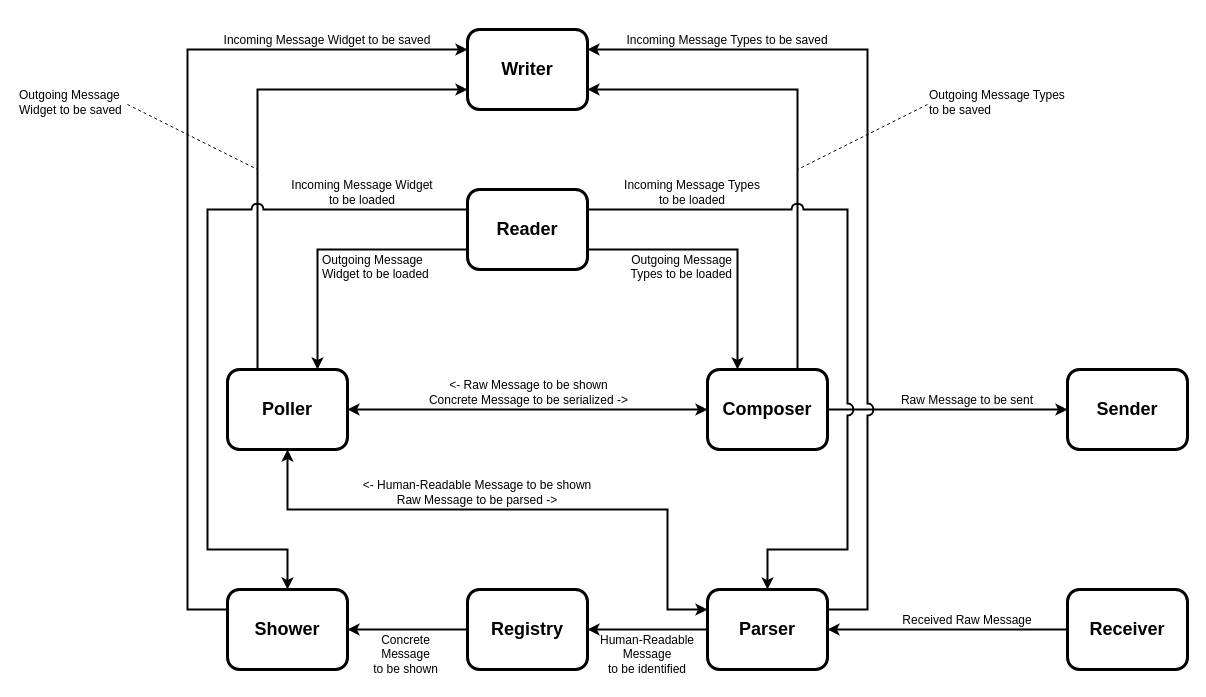
Above: system_design/High Level Diagram.drawio in davarabinovich/can_ciffer (draw.io), before the change. Source tidied: cells renumbered, new cells numbered last; positions are measured from the earlier drawing's top-left corner, leaving out a move shared by most shapes. Both pictures are drawn from the tidied source at 100%, with x=0, y=0 at pixel (17, 29).
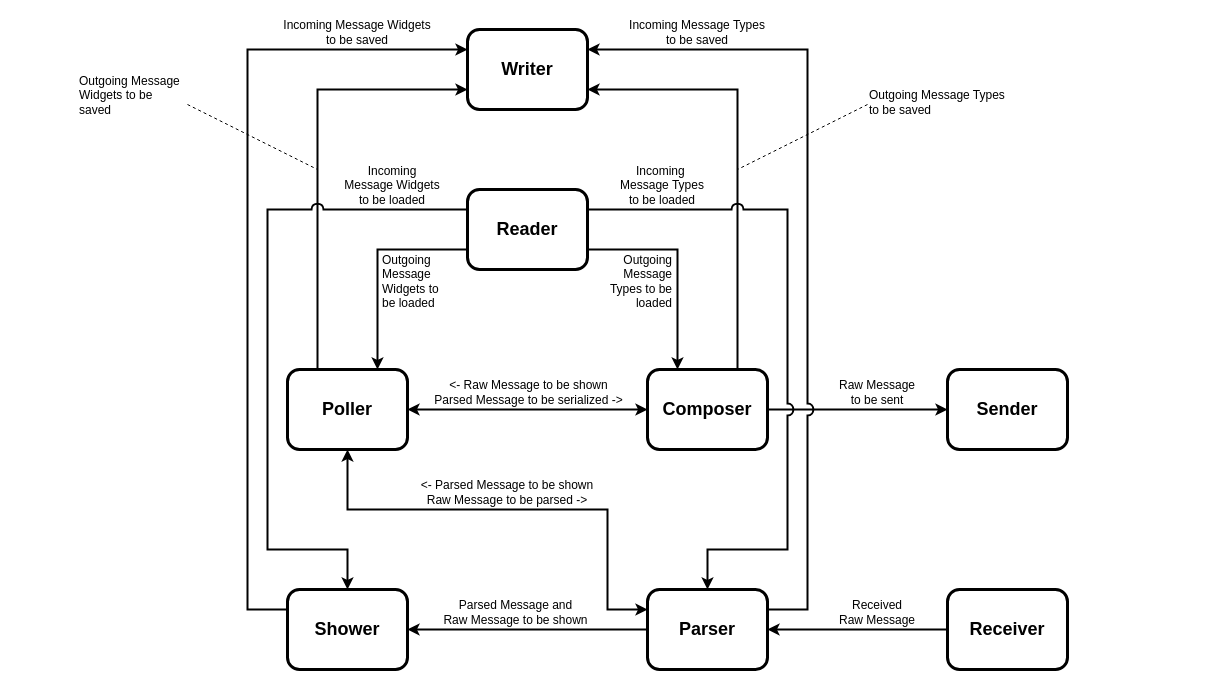
The same page after the edit.

Commit message (it also covers changes not shown here):
Simlified back data scheme and HL diagram - registry and concrete message are deleted.

Unchanged cells that the change refers to:
```xml
<mxCell id="17" value="Writer" style="rounded=1;whiteSpace=wrap;html=1;strokeWidth=3;fontSize=18;fontStyle=1;" parent="1" vertex="1">
  <mxGeometry x="450" width="120" height="80" as="geometry" />
</mxCell>
<mxCell id="22" value="Reader" style="rounded=1;whiteSpace=wrap;html=1;strokeWidth=3;fontSize=18;fontStyle=1;" parent="1" vertex="1">
  <mxGeometry x="450" y="160" width="120" height="80" as="geometry" />
</mxCell>
```

The edit, as a diff of the source:
```diff
@@
     <mxCell id="2" value="Sender" style="rounded=1;whiteSpace=wrap;html=1;strokeWidth=3;fontSize=18;fontStyle=1;" parent="1" vertex="1">
-      <mxGeometry x="1050" y="340" width="120" height="80" as="geometry" />
+      <mxGeometry x="930" y="340" width="120" height="80" as="geometry" />
     </mxCell>
@@
     <mxCell id="4" value="Receiver" style="rounded=1;whiteSpace=wrap;html=1;strokeWidth=3;fontSize=18;fontStyle=1;" parent="1" vertex="1">
-      <mxGeometry x="1050" y="560" width="120" height="80" as="geometry" />
+      <mxGeometry x="930" y="560" width="120" height="80" as="geometry" />
     </mxCell>
@@
     <mxCell id="8" value="Composer" style="rounded=1;whiteSpace=wrap;html=1;strokeWidth=3;fontSize=18;fontStyle=1;" parent="1" vertex="1">
-      <mxGeometry x="690" y="340" width="120" height="80" as="geometry" />
+      <mxGeometry x="630" y="340" width="120" height="80" as="geometry" />
     </mxCell>
-    <mxCell id="9" style="edgeStyle=orthogonalEdgeStyle;rounded=0;jettySize=auto;html=1;strokeWidth=2;jumpStyle=arc;jumpSize=10;exitX=0;exitY=0.5;exitDx=0;exitDy=0;" parent="1" edge="1" source="12" target="37">
-      <mxGeometry relative="1" as="geometry">
-        <Array as="points">
-          <mxPoint x="670" y="600" />
-          <mxPoint x="670" y="600" />
-        </Array>
-      </mxGeometry>
+    <mxCell id="9" style="edgeStyle=orthogonalEdgeStyle;rounded=0;jettySize=auto;html=1;strokeWidth=2;jumpStyle=arc;jumpSize=10;exitX=0;exitY=0.5;exitDx=0;exitDy=0;entryX=1;entryY=0.5;entryDx=0;entryDy=0;" parent="1" edge="1" source="12" target="16">
+      <mxGeometry relative="1" as="geometry" />
     </mxCell>
     <mxCell id="10" style="edgeStyle=orthogonalEdgeStyle;rounded=0;jettySize=auto;html=1;exitX=1;exitY=0.25;exitDx=0;exitDy=0;entryX=1;entryY=0.25;entryDx=0;entryDy=0;strokeWidth=2;jumpStyle=arc;jumpSize=10;" parent="1" edge="1" source="12" target="17">
       <mxGeometry relative="1" as="geometry">
         <Array as="points">
-          <mxPoint x="850" y="580" />
-          <mxPoint x="850" y="20" />
+          <mxPoint x="790" y="580" />
+          <mxPoint x="790" y="20" />
         </Array>
       </mxGeometry>
     </mxCell>
     <mxCell id="11" style="edgeStyle=orthogonalEdgeStyle;rounded=0;jettySize=auto;html=1;exitX=0;exitY=0.25;exitDx=0;exitDy=0;entryX=0.5;entryY=1;entryDx=0;entryDy=0;strokeWidth=2;startArrow=classic;startFill=1;" parent="1" edge="1" source="12" target="14">
       <mxGeometry relative="1" as="geometry">
         <Array as="points">
-          <mxPoint x="650" y="580" />
-          <mxPoint x="650" y="480" />
-          <mxPoint x="270" y="480" />
+          <mxPoint x="590" y="580" />
+          <mxPoint x="590" y="480" />
+          <mxPoint x="330" y="480" />
         </Array>
       </mxGeometry>
     </mxCell>
     <mxCell id="12" value="Parser" style="rounded=1;whiteSpace=wrap;html=1;strokeWidth=3;fontSize=18;fontStyle=1;" parent="1" vertex="1">
-      <mxGeometry x="690" y="560" width="120" height="80" as="geometry" />
+      <mxGeometry x="630" y="560" width="120" height="80" as="geometry" />
     </mxCell>
@@
     <mxCell id="14" value="Poller" style="rounded=1;whiteSpace=wrap;html=1;strokeWidth=3;fontSize=18;fontStyle=1;" parent="1" vertex="1">
-      <mxGeometry x="210" y="340" width="120" height="80" as="geometry" />
+      <mxGeometry x="270" y="340" width="120" height="80" as="geometry" />
     </mxCell>
     <mxCell id="15" style="edgeStyle=orthogonalEdgeStyle;rounded=0;jettySize=auto;html=1;exitX=0;exitY=0.25;exitDx=0;exitDy=0;entryX=0;entryY=0.25;entryDx=0;entryDy=0;strokeWidth=2;jumpStyle=arc;jumpSize=10;" parent="1" edge="1" source="16" target="17">
       <mxGeometry relative="1" as="geometry">
         <Array as="points">
-          <mxPoint x="170" y="580" />
-          <mxPoint x="170" y="20" />
+          <mxPoint x="230" y="580" />
+          <mxPoint x="230" y="20" />
         </Array>
       </mxGeometry>
     </mxCell>
     <mxCell id="16" value="Shower" style="rounded=1;whiteSpace=wrap;html=1;strokeWidth=3;fontSize=18;fontStyle=1;" parent="1" vertex="1">
-      <mxGeometry x="210" y="560" width="120" height="80" as="geometry" />
+      <mxGeometry x="270" y="560" width="120" height="80" as="geometry" />
     </mxCell>
@@
     <mxCell id="18" style="edgeStyle=orthogonalEdgeStyle;rounded=0;jettySize=auto;html=1;exitX=1;exitY=0.25;exitDx=0;exitDy=0;entryX=0.5;entryY=0;entryDx=0;entryDy=0;strokeWidth=2;jumpStyle=arc;jumpSize=10;" parent="1" edge="1" source="22" target="12">
       <mxGeometry relative="1" as="geometry">
         <Array as="points">
-          <mxPoint x="830" y="180" />
-          <mxPoint x="830" y="520" />
-          <mxPoint x="750" y="520" />
+          <mxPoint x="770" y="180" />
+          <mxPoint x="770" y="520" />
+          <mxPoint x="690" y="520" />
         </Array>
       </mxGeometry>
     </mxCell>
@@
     <mxCell id="20" style="edgeStyle=orthogonalEdgeStyle;rounded=0;jettySize=auto;html=1;exitX=0;exitY=0.25;exitDx=0;exitDy=0;entryX=0.5;entryY=0;entryDx=0;entryDy=0;strokeWidth=2;jumpStyle=arc;jumpSize=10;" parent="1" edge="1" source="22" target="16">
       <mxGeometry relative="1" as="geometry">
         <Array as="points">
-          <mxPoint x="190" y="180" />
-          <mxPoint x="190" y="520" />
-          <mxPoint x="270" y="520" />
+          <mxPoint x="250" y="180" />
+          <mxPoint x="250" y="520" />
+          <mxPoint x="330" y="520" />
         </Array>
       </mxGeometry>
     </mxCell>
@@
-    <mxCell id="23" value="Raw Message to be sent" style="text;html=1;align=center;verticalAlign=bottom;whiteSpace=wrap;rounded=0;" parent="1" vertex="1">
-      <mxGeometry x="870" y="360" width="160" height="20" as="geometry" />
+    <mxCell id="23" value="Raw Message&lt;div&gt;to be sent&lt;/div&gt;" style="text;html=1;align=center;verticalAlign=bottom;whiteSpace=wrap;rounded=0;" parent="1" vertex="1">
+      <mxGeometry x="810" y="350" width="100" height="30" as="geometry" />
     </mxCell>
-    <mxCell id="24" value="Received Raw Message" style="text;html=1;align=center;verticalAlign=bottom;whiteSpace=wrap;rounded=0;" parent="1" vertex="1">
-      <mxGeometry x="870" y="580" width="160" height="20" as="geometry" />
+    <mxCell id="24" value="Received&lt;div&gt;Raw Message&lt;/div&gt;" style="text;html=1;align=center;verticalAlign=bottom;whiteSpace=wrap;rounded=0;" parent="1" vertex="1">
+      <mxGeometry x="810" y="570" width="100" height="30" as="geometry" />
     </mxCell>
-    <mxCell id="25" value="Human-Readable Message&lt;br&gt;&lt;div&gt;to be identified&lt;/div&gt;" style="text;html=1;align=center;verticalAlign=top;whiteSpace=wrap;rounded=0;spacingLeft=0;spacingTop=-3;" parent="1" vertex="1">
-      <mxGeometry x="580" y="600" width="100" height="50" as="geometry" />
-    </mxCell>
-    <mxCell id="26" value="Incoming Message Types to be saved" style="text;html=1;align=center;verticalAlign=bottom;whiteSpace=wrap;rounded=0;" parent="1" vertex="1">
-      <mxGeometry x="590" width="240" height="20" as="geometry" />
+    <mxCell id="26" value="Incoming Message Types&lt;div&gt;to be saved&lt;/div&gt;" style="text;html=1;align=center;verticalAlign=bottom;whiteSpace=wrap;rounded=0;" parent="1" vertex="1">
+      <mxGeometry x="590" width="180" height="20" as="geometry" />
     </mxCell>
-    <mxCell id="27" value="Incoming Message Widget to be saved" style="text;html=1;align=center;verticalAlign=bottom;whiteSpace=wrap;rounded=0;" parent="1" vertex="1">
-      <mxGeometry x="190" width="240" height="20" as="geometry" />
+    <mxCell id="27" value="Incoming Message Widgets&lt;div&gt;to be saved&lt;/div&gt;" style="text;html=1;align=center;verticalAlign=bottom;whiteSpace=wrap;rounded=0;" parent="1" vertex="1">
+      <mxGeometry x="250" y="-10" width="180" height="30" as="geometry" />
     </mxCell>
     <mxCell id="28" style="rounded=0;jettySize=auto;html=1;exitX=0;exitY=0.5;exitDx=0;exitDy=0;endArrow=none;endFill=0;dashed=1;" parent="1" edge="1" source="29">
       <mxGeometry relative="1" as="geometry">
-        <mxPoint x="780" y="140" as="targetPoint" />
+        <mxPoint x="720" y="140" as="targetPoint" />
       </mxGeometry>
     </mxCell>
     <mxCell id="29" value="Outgoing Message Types to be saved" style="text;html=1;align=left;verticalAlign=bottom;whiteSpace=wrap;rounded=0;" parent="1" vertex="1">
-      <mxGeometry x="910" y="60" width="140" height="30" as="geometry" />
+      <mxGeometry x="850" y="60" width="140" height="30" as="geometry" />
     </mxCell>
     <mxCell id="30" style="rounded=0;jettySize=auto;html=1;exitX=1;exitY=0.5;exitDx=0;exitDy=0;dashed=1;endArrow=none;endFill=0;" parent="1" edge="1" source="31">
       <mxGeometry relative="1" as="geometry">
-        <mxPoint x="240" y="140" as="targetPoint" />
+        <mxPoint x="300" y="140" as="targetPoint" />
       </mxGeometry>
     </mxCell>
-    <mxCell id="31" value="Outgoing Message Widget to be saved" style="text;html=1;align=left;verticalAlign=bottom;whiteSpace=wrap;rounded=0;" parent="1" vertex="1">
-      <mxGeometry y="60" width="110" height="30" as="geometry" />
+    <mxCell id="31" value="Outgoing Message Widgets to be saved" style="text;html=1;align=left;verticalAlign=bottom;whiteSpace=wrap;rounded=0;" parent="1" vertex="1">
+      <mxGeometry x="60" y="60" width="110" height="30" as="geometry" />
     </mxCell>
-    <mxCell id="32" value="Incoming Message Types&lt;div&gt;to be loaded&lt;/div&gt;" style="text;html=1;align=center;verticalAlign=bottom;whiteSpace=wrap;rounded=0;" parent="1" vertex="1">
-      <mxGeometry x="590" y="150" width="170" height="30" as="geometry" />
+    <mxCell id="32" value="Incoming&amp;nbsp;&lt;div&gt;Message Types&lt;div&gt;to be loaded&lt;/div&gt;&lt;/div&gt;" style="text;html=1;align=center;verticalAlign=bottom;whiteSpace=wrap;rounded=0;" parent="1" vertex="1">
+      <mxGeometry x="590" y="130" width="110" height="50" as="geometry" />
     </mxCell>
-    <mxCell id="33" value="Incoming Message Widget&lt;div&gt;to be loaded&lt;/div&gt;" style="text;html=1;align=center;verticalAlign=bottom;whiteSpace=wrap;rounded=0;" parent="1" vertex="1">
-      <mxGeometry x="260" y="150" width="170" height="30" as="geometry" />
+    <mxCell id="33" value="Incoming&lt;div&gt;Message Widgets&lt;div&gt;to be loaded&lt;/div&gt;&lt;/div&gt;" style="text;html=1;align=center;verticalAlign=bottom;whiteSpace=wrap;rounded=0;" parent="1" vertex="1">
+      <mxGeometry x="320" y="130" width="110" height="50" as="geometry" />
     </mxCell>
     <mxCell id="34" value="Outgoing Message Types to be loaded" style="text;html=1;align=right;verticalAlign=top;whiteSpace=wrap;rounded=0;spacingRight=3;spacingTop=-3;" parent="1" vertex="1">
-      <mxGeometry x="590" y="220" width="130" height="30" as="geometry" />
+      <mxGeometry x="590" y="220" width="70" height="60" as="geometry" />
     </mxCell>
-    <mxCell id="35" value="Outgoing Message Widget to be loaded" style="text;html=1;align=left;verticalAlign=top;whiteSpace=wrap;rounded=0;spacingLeft=3;spacingTop=-3;" parent="1" vertex="1">
-      <mxGeometry x="300" y="220" width="130" height="30" as="geometry" />
+    <mxCell id="35" value="Outgoing Message Widgets to be loaded" style="text;html=1;align=left;verticalAlign=top;whiteSpace=wrap;rounded=0;spacingLeft=3;spacingTop=-3;" parent="1" vertex="1">
+      <mxGeometry x="360" y="220" width="70" height="60" as="geometry" />
     </mxCell>
-    <mxCell id="36" style="edgeStyle=orthogonalEdgeStyle;rounded=0;jettySize=auto;html=1;entryX=1;entryY=0.5;entryDx=0;entryDy=0;strokeWidth=2;" parent="1" edge="1" source="37" target="16">
-      <mxGeometry relative="1" as="geometry">
-        <Array as="points">
-          <mxPoint x="460" y="600" />
-          <mxPoint x="460" y="600" />
-        </Array>
-      </mxGeometry>
-    </mxCell>
-    <mxCell id="37" value="Registry" style="rounded=1;whiteSpace=wrap;html=1;strokeWidth=3;fontSize=18;fontStyle=1;" parent="1" vertex="1">
-      <mxGeometry x="450" y="560" width="120" height="80" as="geometry" />
-    </mxCell>
-    <mxCell id="38" value="Concrete Message&lt;br&gt;&lt;div&gt;to be shown&lt;br&gt;&lt;/div&gt;" style="text;html=1;align=center;verticalAlign=top;whiteSpace=wrap;rounded=0;spacingLeft=0;spacingRight=3;spacingTop=-3;" parent="1" vertex="1">
-      <mxGeometry x="350" y="600" width="80" height="50" as="geometry" />
+    <mxCell id="38" value="Parsed Message and&lt;div&gt;Raw Message&amp;nbsp;&lt;span style=&quot;background-color: initial;&quot;&gt;to be shown&lt;/span&gt;&lt;/div&gt;" style="text;html=1;align=center;verticalAlign=bottom;whiteSpace=wrap;rounded=0;spacingLeft=0;spacingRight=3;spacingTop=0;" parent="1" vertex="1">
+      <mxGeometry x="410" y="570" width="180" height="30" as="geometry" />
     </mxCell>
-    <mxCell id="39" value="&amp;lt;- Raw Message&amp;nbsp;&lt;span style=&quot;background-color: initial;&quot;&gt;to be shown&lt;/span&gt;&lt;div&gt;Concrete Message to be serialized -&amp;gt;&lt;/div&gt;" style="text;html=1;align=center;verticalAlign=bottom;whiteSpace=wrap;rounded=0;spacingLeft=3;" parent="1" vertex="1">
-      <mxGeometry x="350" y="350" width="320" height="30" as="geometry" />
+    <mxCell id="39" value="&amp;lt;- Raw Message&amp;nbsp;&lt;span style=&quot;background-color: initial;&quot;&gt;to be shown&lt;/span&gt;&lt;div&gt;Parsed Message to be serialized -&amp;gt;&lt;/div&gt;" style="text;html=1;align=center;verticalAlign=bottom;whiteSpace=wrap;rounded=0;spacingLeft=3;" parent="1" vertex="1">
+      <mxGeometry x="410" y="350" width="200" height="30" as="geometry" />
     </mxCell>
-    <mxCell id="40" value="&amp;lt;- Human-Readable Message&amp;nbsp;&lt;span style=&quot;background-color: initial;&quot;&gt;to be shown&lt;/span&gt;&lt;div&gt;&lt;span style=&quot;background-color: initial;&quot;&gt;Raw Message to be parsed -&amp;gt;&lt;/span&gt;&lt;/div&gt;" style="text;html=1;align=center;verticalAlign=bottom;whiteSpace=wrap;rounded=0;spacingLeft=0;" parent="1" vertex="1">
-      <mxGeometry x="290" y="450" width="340" height="30" as="geometry" />
+    <mxCell id="40" value="&amp;lt;- Parsed Message&amp;nbsp;&lt;span style=&quot;background-color: initial;&quot;&gt;to be shown&lt;/span&gt;&lt;div&gt;&lt;span style=&quot;background-color: initial;&quot;&gt;Raw Message to be parsed -&amp;gt;&lt;/span&gt;&lt;/div&gt;" style="text;html=1;align=center;verticalAlign=bottom;whiteSpace=wrap;rounded=0;spacingLeft=0;" parent="1" vertex="1">
+      <mxGeometry x="350" y="450" width="280" height="30" as="geometry" />
     </mxCell>
```
